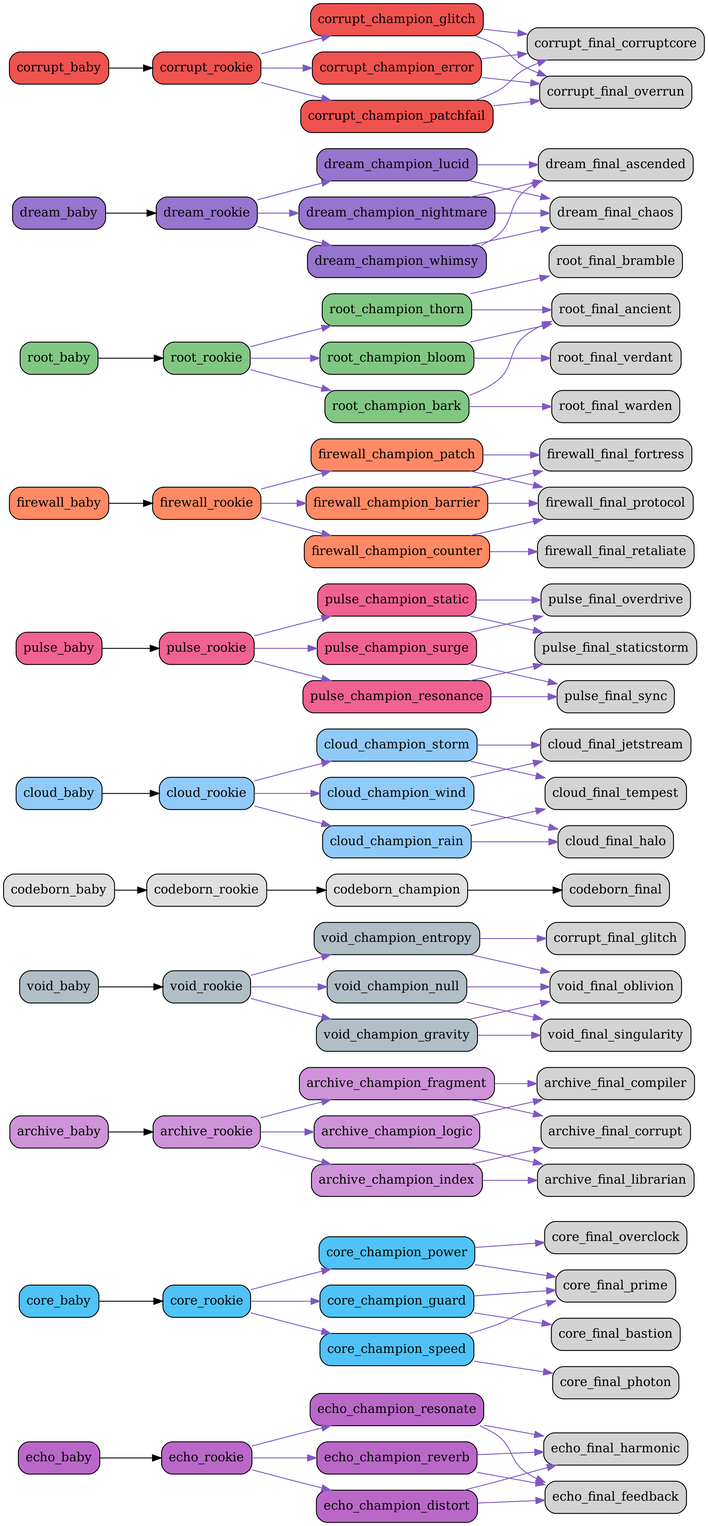
Before: src/netgrid/systems/evolution/graphs/full/evolution_graph.png, a diagram exported from Graphviz (bwlight/NetGrid). Its source is kept beside it as src/netgrid/systems/evolution/graphs/full/evolution_graph.dot.
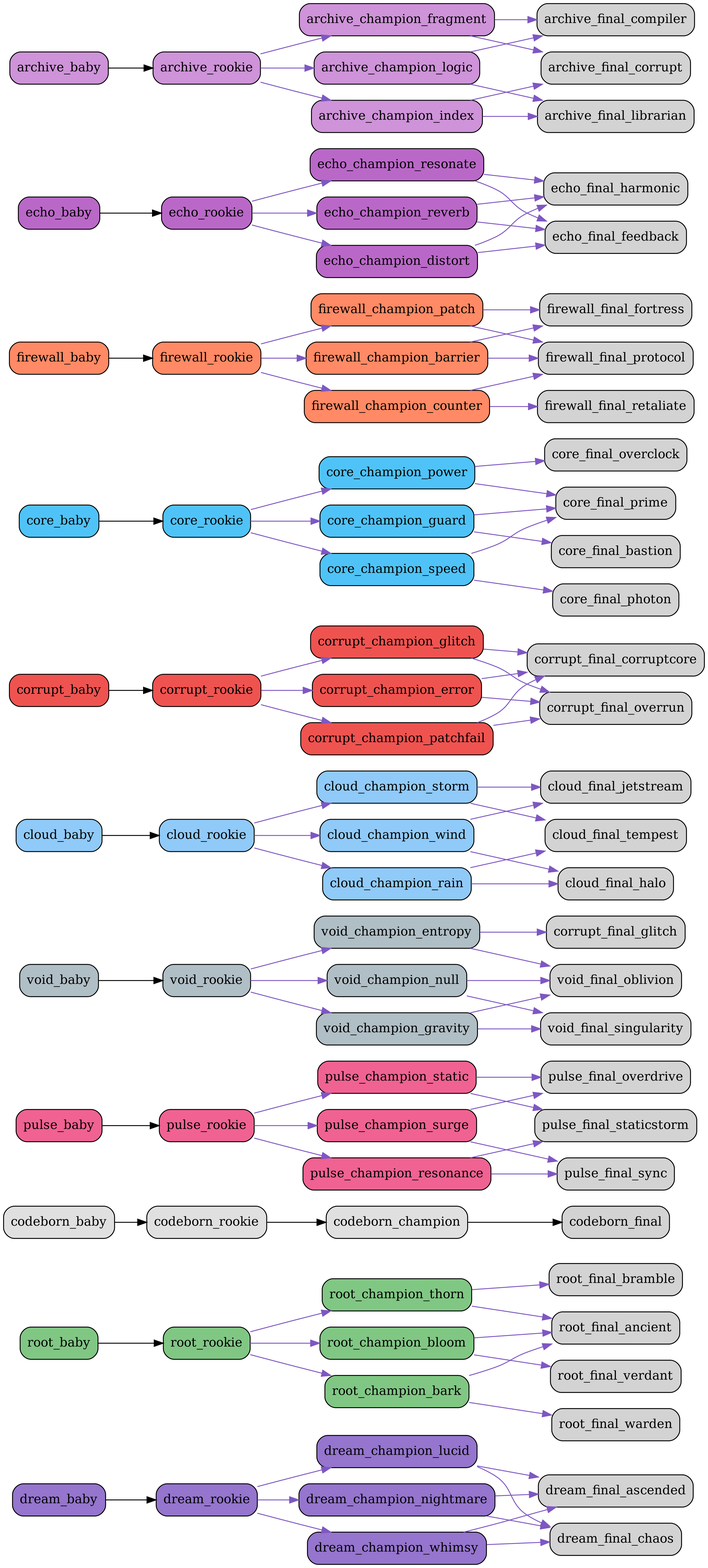
The same file after the commit.

Commit message:
Auto-update evolution graphs

The edit, as a diff of the source:
```diff
@@ -1,6 +1,132 @@
 digraph EvolutionTree {
   rankdir=LR;
   node [shape=box, style="rounded,filled"];
+  "dream_baby" [fillcolor="#9575cd"];
+  "dream_baby" -> "dream_rookie";
+  "dream_rookie" [fillcolor="#9575cd"];
+  "dream_rookie" -> "dream_champion_lucid" [color="#7e57c2"];
+  "dream_rookie" -> "dream_champion_nightmare" [color="#7e57c2"];
+  "dream_rookie" -> "dream_champion_whimsy" [color="#7e57c2"];
+  "dream_champion_lucid" [fillcolor="#9575cd"];
+  "dream_champion_lucid" -> "dream_final_ascended" [color="#7e57c2"];
+  "dream_champion_lucid" -> "dream_final_chaos" [color="#7e57c2"];
+  "dream_champion_nightmare" [fillcolor="#9575cd"];
+  "dream_champion_nightmare" -> "dream_final_chaos" [color="#7e57c2"];
+  "dream_champion_nightmare" -> "dream_final_ascended" [color="#7e57c2"];
+  "dream_champion_whimsy" [fillcolor="#9575cd"];
+  "dream_champion_whimsy" -> "dream_final_ascended" [color="#7e57c2"];
+  "dream_champion_whimsy" -> "dream_final_chaos" [color="#7e57c2"];
+  "root_baby" [fillcolor="#81c784"];
+  "root_baby" -> "root_rookie";
+  "root_rookie" [fillcolor="#81c784"];
+  "root_rookie" -> "root_champion_thorn" [color="#7e57c2"];
+  "root_rookie" -> "root_champion_bloom" [color="#7e57c2"];
+  "root_rookie" -> "root_champion_bark" [color="#7e57c2"];
+  "root_champion_thorn" [fillcolor="#81c784"];
+  "root_champion_thorn" -> "root_final_bramble" [color="#7e57c2"];
+  "root_champion_thorn" -> "root_final_ancient" [color="#7e57c2"];
+  "root_champion_bloom" [fillcolor="#81c784"];
+  "root_champion_bloom" -> "root_final_ancient" [color="#7e57c2"];
+  "root_champion_bloom" -> "root_final_verdant" [color="#7e57c2"];
+  "root_champion_bark" [fillcolor="#81c784"];
+  "root_champion_bark" -> "root_final_warden" [color="#7e57c2"];
+  "root_champion_bark" -> "root_final_ancient" [color="#7e57c2"];
+  "codeborn_baby" [fillcolor="#e0e0e0"];
+  "codeborn_baby" -> "codeborn_rookie";
+  "codeborn_rookie" [fillcolor="#e0e0e0"];
+  "codeborn_rookie" -> "codeborn_champion";
+  "codeborn_champion" [fillcolor="#e0e0e0"];
+  "codeborn_champion" -> "codeborn_final";
+  "pulse_baby" [fillcolor="#f06292"];
+  "pulse_baby" -> "pulse_rookie";
+  "pulse_rookie" [fillcolor="#f06292"];
+  "pulse_rookie" -> "pulse_champion_surge" [color="#7e57c2"];
+  "pulse_rookie" -> "pulse_champion_resonance" [color="#7e57c2"];
+  "pulse_rookie" -> "pulse_champion_static" [color="#7e57c2"];
+  "pulse_champion_surge" [fillcolor="#f06292"];
+  "pulse_champion_surge" -> "pulse_final_overdrive" [color="#7e57c2"];
+  "pulse_champion_surge" -> "pulse_final_sync" [color="#7e57c2"];
+  "pulse_champion_resonance" [fillcolor="#f06292"];
+  "pulse_champion_resonance" -> "pulse_final_sync" [color="#7e57c2"];
+  "pulse_champion_resonance" -> "pulse_final_staticstorm" [color="#7e57c2"];
+  "pulse_champion_static" [fillcolor="#f06292"];
+  "pulse_champion_static" -> "pulse_final_staticstorm" [color="#7e57c2"];
+  "pulse_champion_static" -> "pulse_final_overdrive" [color="#7e57c2"];
+  "void_baby" [fillcolor="#b0bec5"];
+  "void_baby" -> "void_rookie";
+  "void_rookie" [fillcolor="#b0bec5"];
+  "void_rookie" -> "void_champion_entropy" [color="#7e57c2"];
+  "void_rookie" -> "void_champion_gravity" [color="#7e57c2"];
+  "void_rookie" -> "void_champion_null" [color="#7e57c2"];
+  "void_champion_entropy" [fillcolor="#b0bec5"];
+  "void_champion_entropy" -> "corrupt_final_glitch" [color="#7e57c2"];
+  "void_champion_entropy" -> "void_final_oblivion" [color="#7e57c2"];
+  "void_champion_gravity" [fillcolor="#b0bec5"];
+  "void_champion_gravity" -> "void_final_singularity" [color="#7e57c2"];
+  "void_champion_gravity" -> "void_final_oblivion" [color="#7e57c2"];
+  "void_champion_null" [fillcolor="#b0bec5"];
+  "void_champion_null" -> "void_final_oblivion" [color="#7e57c2"];
+  "void_champion_null" -> "void_final_singularity" [color="#7e57c2"];
+  "cloud_baby" [fillcolor="#90caf9"];
+  "cloud_baby" -> "cloud_rookie";
+  "cloud_rookie" [fillcolor="#90caf9"];
+  "cloud_rookie" -> "cloud_champion_wind" [color="#7e57c2"];
+  "cloud_rookie" -> "cloud_champion_rain" [color="#7e57c2"];
+  "cloud_rookie" -> "cloud_champion_storm" [color="#7e57c2"];
+  "cloud_champion_wind" [fillcolor="#90caf9"];
+  "cloud_champion_wind" -> "cloud_final_jetstream" [color="#7e57c2"];
+  "cloud_champion_wind" -> "cloud_final_halo" [color="#7e57c2"];
+  "cloud_champion_rain" [fillcolor="#90caf9"];
+  "cloud_champion_rain" -> "cloud_final_halo" [color="#7e57c2"];
+  "cloud_champion_rain" -> "cloud_final_tempest" [color="#7e57c2"];
+  "cloud_champion_storm" [fillcolor="#90caf9"];
+  "cloud_champion_storm" -> "cloud_final_tempest" [color="#7e57c2"];
+  "cloud_champion_storm" -> "cloud_final_jetstream" [color="#7e57c2"];
+  "corrupt_baby" [fillcolor="#ef5350"];
+  "corrupt_baby" -> "corrupt_rookie";
+  "corrupt_rookie" [fillcolor="#ef5350"];
+  "corrupt_rookie" -> "corrupt_champion_glitch" [color="#7e57c2"];
+  "corrupt_rookie" -> "corrupt_champion_error" [color="#7e57c2"];
+  "corrupt_rookie" -> "corrupt_champion_patchfail" [color="#7e57c2"];
+  "corrupt_champion_glitch" [fillcolor="#ef5350"];
+  "corrupt_champion_glitch" -> "corrupt_final_corruptcore" [color="#7e57c2"];
+  "corrupt_champion_glitch" -> "corrupt_final_overrun" [color="#7e57c2"];
+  "corrupt_champion_error" [fillcolor="#ef5350"];
+  "corrupt_champion_error" -> "corrupt_final_overrun" [color="#7e57c2"];
+  "corrupt_champion_error" -> "corrupt_final_corruptcore" [color="#7e57c2"];
+  "corrupt_champion_patchfail" [fillcolor="#ef5350"];
+  "corrupt_champion_patchfail" -> "corrupt_final_corruptcore" [color="#7e57c2"];
+  "corrupt_champion_patchfail" -> "corrupt_final_overrun" [color="#7e57c2"];
+  "core_baby" [fillcolor="#4fc3f7"];
+  "core_baby" -> "core_rookie";
+  "core_rookie" [fillcolor="#4fc3f7"];
+  "core_rookie" -> "core_champion_power" [color="#7e57c2"];
+  "core_rookie" -> "core_champion_guard" [color="#7e57c2"];
+  "core_rookie" -> "core_champion_speed" [color="#7e57c2"];
+  "core_champion_power" [fillcolor="#4fc3f7"];
+  "core_champion_power" -> "core_final_overclock" [color="#7e57c2"];
+  "core_champion_power" -> "core_final_prime" [color="#7e57c2"];
+  "core_champion_guard" [fillcolor="#4fc3f7"];
+  "core_champion_guard" -> "core_final_bastion" [color="#7e57c2"];
+  "core_champion_guard" -> "core_final_prime" [color="#7e57c2"];
+  "core_champion_speed" [fillcolor="#4fc3f7"];
+  "core_champion_speed" -> "core_final_photon" [color="#7e57c2"];
+  "core_champion_speed" -> "core_final_prime" [color="#7e57c2"];
+  "firewall_baby" [fillcolor="#ff8a65"];
+  "firewall_baby" -> "firewall_rookie";
+  "firewall_rookie" [fillcolor="#ff8a65"];
+  "firewall_rookie" -> "firewall_champion_barrier" [color="#7e57c2"];
+  "firewall_rookie" -> "firewall_champion_counter" [color="#7e57c2"];
+  "firewall_rookie" -> "firewall_champion_patch" [color="#7e57c2"];
+  "firewall_champion_barrier" [fillcolor="#ff8a65"];
+  "firewall_champion_barrier" -> "firewall_final_fortress" [color="#7e57c2"];
+  "firewall_champion_barrier" -> "firewall_final_protocol" [color="#7e57c2"];
+  "firewall_champion_counter" [fillcolor="#ff8a65"];
+  "firewall_champion_counter" -> "firewall_final_retaliate" [color="#7e57c2"];
+  "firewall_champion_counter" -> "firewall_final_protocol" [color="#7e57c2"];
+  "firewall_champion_patch" [fillcolor="#ff8a65"];
+  "firewall_champion_patch" -> "firewall_final_protocol" [color="#7e57c2"];
+  "firewall_champion_patch" -> "firewall_final_fortress" [color="#7e57c2"];
   "echo_baby" [fillcolor="#ba68c8"];
   "echo_baby" -> "echo_rookie";
   "echo_rookie" [fillcolor="#ba68c8"];
@@ -16,21 +142,6 @@
   "echo_champion_distort" [fillcolor="#ba68c8"];
   "echo_champion_distort" -> "echo_final_feedback" [color="#7e57c2"];
   "echo_champion_distort" -> "echo_final_harmonic" [color="#7e57c2"];
-  "core_baby" [fillcolor="#4fc3f7"];
-  "core_baby" -> "core_rookie";
-  "core_rookie" [fillcolor="#4fc3f7"];
-  "core_rookie" -> "core_champion_power" [color="#7e57c2"];
-  "core_rookie" -> "core_champion_guard" [color="#7e57c2"];
-  "core_rookie" -> "core_champion_speed" [color="#7e57c2"];
-  "core_champion_power" [fillcolor="#4fc3f7"];
-  "core_champion_power" -> "core_final_overclock" [color="#7e57c2"];
-  "core_champion_power" -> "core_final_prime" [color="#7e57c2"];
-  "core_champion_guard" [fillcolor="#4fc3f7"];
-  "core_champion_guard" -> "core_final_bastion" [color="#7e57c2"];
-  "core_champion_guard" -> "core_final_prime" [color="#7e57c2"];
-  "core_champion_speed" [fillcolor="#4fc3f7"];
-  "core_champion_speed" -> "core_final_photon" [color="#7e57c2"];
-  "core_champion_speed" -> "core_final_prime" [color="#7e57c2"];
   "archive_baby" [fillcolor="#ce93d8"];
   "archive_baby" -> "archive_rookie";
   "archive_rookie" [fillcolor="#ce93d8"];
@@ -46,115 +157,4 @@
   "archive_champion_fragment" [fillcolor="#ce93d8"];
   "archive_champion_fragment" -> "archive_final_corrupt" [color="#7e57c2"];
   "archive_champion_fragment" -> "archive_final_compiler" [color="#7e57c2"];
-  "void_baby" [fillcolor="#b0bec5"];
-  "void_baby" -> "void_rookie";
-  "void_rookie" [fillcolor="#b0bec5"];
-  "void_rookie" -> "void_champion_entropy" [color="#7e57c2"];
-  "void_rookie" -> "void_champion_gravity" [color="#7e57c2"];
-  "void_rookie" -> "void_champion_null" [color="#7e57c2"];
-  "void_champion_entropy" [fillcolor="#b0bec5"];
-  "void_champion_entropy" -> "corrupt_final_glitch" [color="#7e57c2"];
-  "void_champion_entropy" -> "void_final_oblivion" [color="#7e57c2"];
-  "void_champion_gravity" [fillcolor="#b0bec5"];
-  "void_champion_gravity" -> "void_final_singularity" [color="#7e57c2"];
-  "void_champion_gravity" -> "void_final_oblivion" [color="#7e57c2"];
-  "void_champion_null" [fillcolor="#b0bec5"];
-  "void_champion_null" -> "void_final_oblivion" [color="#7e57c2"];
-  "void_champion_null" -> "void_final_singularity" [color="#7e57c2"];
-  "codeborn_baby" [fillcolor="#e0e0e0"];
-  "codeborn_baby" -> "codeborn_rookie";
-  "codeborn_rookie" [fillcolor="#e0e0e0"];
-  "codeborn_rookie" -> "codeborn_champion";
-  "codeborn_champion" [fillcolor="#e0e0e0"];
-  "codeborn_champion" -> "codeborn_final";
-  "cloud_baby" [fillcolor="#90caf9"];
-  "cloud_baby" -> "cloud_rookie";
-  "cloud_rookie" [fillcolor="#90caf9"];
-  "cloud_rookie" -> "cloud_champion_wind" [color="#7e57c2"];
-  "cloud_rookie" -> "cloud_champion_rain" [color="#7e57c2"];
-  "cloud_rookie" -> "cloud_champion_storm" [color="#7e57c2"];
-  "cloud_champion_wind" [fillcolor="#90caf9"];
-  "cloud_champion_wind" -> "cloud_final_jetstream" [color="#7e57c2"];
-  "cloud_champion_wind" -> "cloud_final_halo" [color="#7e57c2"];
-  "cloud_champion_rain" [fillcolor="#90caf9"];
-  "cloud_champion_rain" -> "cloud_final_halo" [color="#7e57c2"];
-  "cloud_champion_rain" -> "cloud_final_tempest" [color="#7e57c2"];
-  "cloud_champion_storm" [fillcolor="#90caf9"];
-  "cloud_champion_storm" -> "cloud_final_tempest" [color="#7e57c2"];
-  "cloud_champion_storm" -> "cloud_final_jetstream" [color="#7e57c2"];
-  "pulse_baby" [fillcolor="#f06292"];
-  "pulse_baby" -> "pulse_rookie";
-  "pulse_rookie" [fillcolor="#f06292"];
-  "pulse_rookie" -> "pulse_champion_surge" [color="#7e57c2"];
-  "pulse_rookie" -> "pulse_champion_resonance" [color="#7e57c2"];
-  "pulse_rookie" -> "pulse_champion_static" [color="#7e57c2"];
-  "pulse_champion_surge" [fillcolor="#f06292"];
-  "pulse_champion_surge" -> "pulse_final_overdrive" [color="#7e57c2"];
-  "pulse_champion_surge" -> "pulse_final_sync" [color="#7e57c2"];
-  "pulse_champion_resonance" [fillcolor="#f06292"];
-  "pulse_champion_resonance" -> "pulse_final_sync" [color="#7e57c2"];
-  "pulse_champion_resonance" -> "pulse_final_staticstorm" [color="#7e57c2"];
-  "pulse_champion_static" [fillcolor="#f06292"];
-  "pulse_champion_static" -> "pulse_final_staticstorm" [color="#7e57c2"];
-  "pulse_champion_static" -> "pulse_final_overdrive" [color="#7e57c2"];
-  "firewall_baby" [fillcolor="#ff8a65"];
-  "firewall_baby" -> "firewall_rookie";
-  "firewall_rookie" [fillcolor="#ff8a65"];
-  "firewall_rookie" -> "firewall_champion_barrier" [color="#7e57c2"];
-  "firewall_rookie" -> "firewall_champion_counter" [color="#7e57c2"];
-  "firewall_rookie" -> "firewall_champion_patch" [color="#7e57c2"];
-  "firewall_champion_barrier" [fillcolor="#ff8a65"];
-  "firewall_champion_barrier" -> "firewall_final_fortress" [color="#7e57c2"];
-  "firewall_champion_barrier" -> "firewall_final_protocol" [color="#7e57c2"];
-  "firewall_champion_counter" [fillcolor="#ff8a65"];
-  "firewall_champion_counter" -> "firewall_final_retaliate" [color="#7e57c2"];
-  "firewall_champion_counter" -> "firewall_final_protocol" [color="#7e57c2"];
-  "firewall_champion_patch" [fillcolor="#ff8a65"];
-  "firewall_champion_patch" -> "firewall_final_protocol" [color="#7e57c2"];
-  "firewall_champion_patch" -> "firewall_final_fortress" [color="#7e57c2"];
-  "root_baby" [fillcolor="#81c784"];
-  "root_baby" -> "root_rookie";
-  "root_rookie" [fillcolor="#81c784"];
-  "root_rookie" -> "root_champion_thorn" [color="#7e57c2"];
-  "root_rookie" -> "root_champion_bloom" [color="#7e57c2"];
-  "root_rookie" -> "root_champion_bark" [color="#7e57c2"];
-  "root_champion_thorn" [fillcolor="#81c784"];
-  "root_champion_thorn" -> "root_final_bramble" [color="#7e57c2"];
-  "root_champion_thorn" -> "root_final_ancient" [color="#7e57c2"];
-  "root_champion_bloom" [fillcolor="#81c784"];
-  "root_champion_bloom" -> "root_final_ancient" [color="#7e57c2"];
-  "root_champion_bloom" -> "root_final_verdant" [color="#7e57c2"];
-  "root_champion_bark" [fillcolor="#81c784"];
-  "root_champion_bark" -> "root_final_warden" [color="#7e57c2"];
-  "root_champion_bark" -> "root_final_ancient" [color="#7e57c2"];
-  "dream_baby" [fillcolor="#9575cd"];
-  "dream_baby" -> "dream_rookie";
-  "dream_rookie" [fillcolor="#9575cd"];
-  "dream_rookie" -> "dream_champion_lucid" [color="#7e57c2"];
-  "dream_rookie" -> "dream_champion_nightmare" [color="#7e57c2"];
-  "dream_rookie" -> "dream_champion_whimsy" [color="#7e57c2"];
-  "dream_champion_lucid" [fillcolor="#9575cd"];
-  "dream_champion_lucid" -> "dream_final_ascended" [color="#7e57c2"];
-  "dream_champion_lucid" -> "dream_final_chaos" [color="#7e57c2"];
-  "dream_champion_nightmare" [fillcolor="#9575cd"];
-  "dream_champion_nightmare" -> "dream_final_chaos" [color="#7e57c2"];
-  "dream_champion_nightmare" -> "dream_final_ascended" [color="#7e57c2"];
-  "dream_champion_whimsy" [fillcolor="#9575cd"];
-  "dream_champion_whimsy" -> "dream_final_ascended" [color="#7e57c2"];
-  "dream_champion_whimsy" -> "dream_final_chaos" [color="#7e57c2"];
-  "corrupt_baby" [fillcolor="#ef5350"];
-  "corrupt_baby" -> "corrupt_rookie";
-  "corrupt_rookie" [fillcolor="#ef5350"];
-  "corrupt_rookie" -> "corrupt_champion_glitch" [color="#7e57c2"];
-  "corrupt_rookie" -> "corrupt_champion_error" [color="#7e57c2"];
-  "corrupt_rookie" -> "corrupt_champion_patchfail" [color="#7e57c2"];
-  "corrupt_champion_glitch" [fillcolor="#ef5350"];
-  "corrupt_champion_glitch" -> "corrupt_final_corruptcore" [color="#7e57c2"];
-  "corrupt_champion_glitch" -> "corrupt_final_overrun" [color="#7e57c2"];
-  "corrupt_champion_error" [fillcolor="#ef5350"];
-  "corrupt_champion_error" -> "corrupt_final_overrun" [color="#7e57c2"];
-  "corrupt_champion_error" -> "corrupt_final_corruptcore" [color="#7e57c2"];
-  "corrupt_champion_patchfail" [fillcolor="#ef5350"];
-  "corrupt_champion_patchfail" -> "corrupt_final_corruptcore" [color="#7e57c2"];
-  "corrupt_champion_patchfail" -> "corrupt_final_overrun" [color="#7e57c2"];
 }
```
